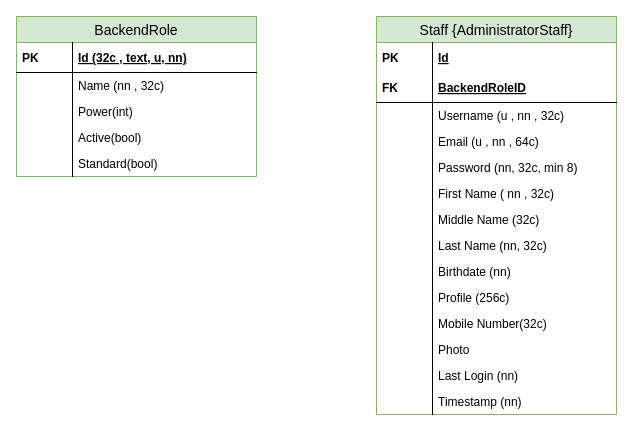
Before: database-diagram/Database Diagram.drawio in kosartofiq/Kurdish-Language, a draw.io diagram. Source tidied: cells renumbered, new cells numbered last; positions are measured from the earlier drawing's top-left corner, leaving out a move shared by most shapes. Both pictures are drawn from the tidied source at 100%, with x=0, y=0 at pixel (16, 16).
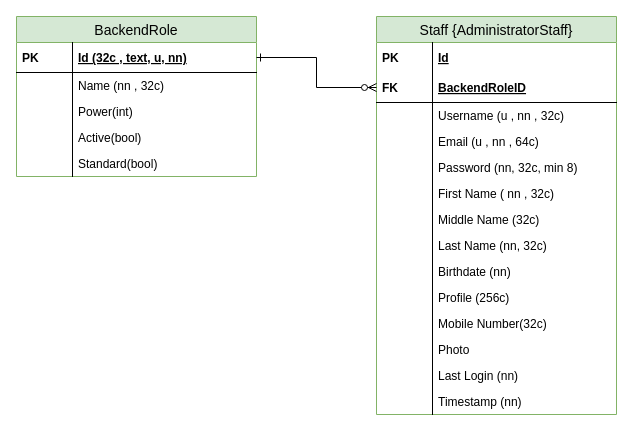
The same page after the edit.

Commit message (it also covers changes not shown here):
Add Roles of Admins

The change refers to these unchanged cells:
```xml
<mxCell id="3" value="Id (32c , text, u, nn)" style="shape=partialRectangle;top=0;left=0;right=0;bottom=1;align=left;verticalAlign=middle;fillColor=none;spacingLeft=60;spacingRight=4;overflow=hidden;points=[[0,0.5],[1,0.5]];portConstraint=eastwest;fontStyle=5;fontSize=12;" parent="2" vertex="1">
  <mxGeometry y="26" width="240" height="30" as="geometry" />
</mxCell>
<mxCell id="16" value="BackendRoleID" style="shape=partialRectangle;top=0;left=0;right=0;bottom=1;align=left;verticalAlign=middle;fillColor=none;spacingLeft=60;spacingRight=4;overflow=hidden;points=[[0,0.5],[1,0.5]];portConstraint=eastwest;fontStyle=5;fontSize=12;" parent="13" vertex="1">
  <mxGeometry y="56" width="240" height="30" as="geometry" />
</mxCell>
```

What changed in the source:
```diff
@@
+    <mxCell id="42" style="edgeStyle=orthogonalEdgeStyle;rounded=0;jettySize=auto;html=1;startArrow=ERone;startFill=0;endArrow=ERzeroToMany;endFill=1;" parent="1" edge="1" source="3" target="16">
+      <mxGeometry relative="1" as="geometry" />
+    </mxCell>
```
